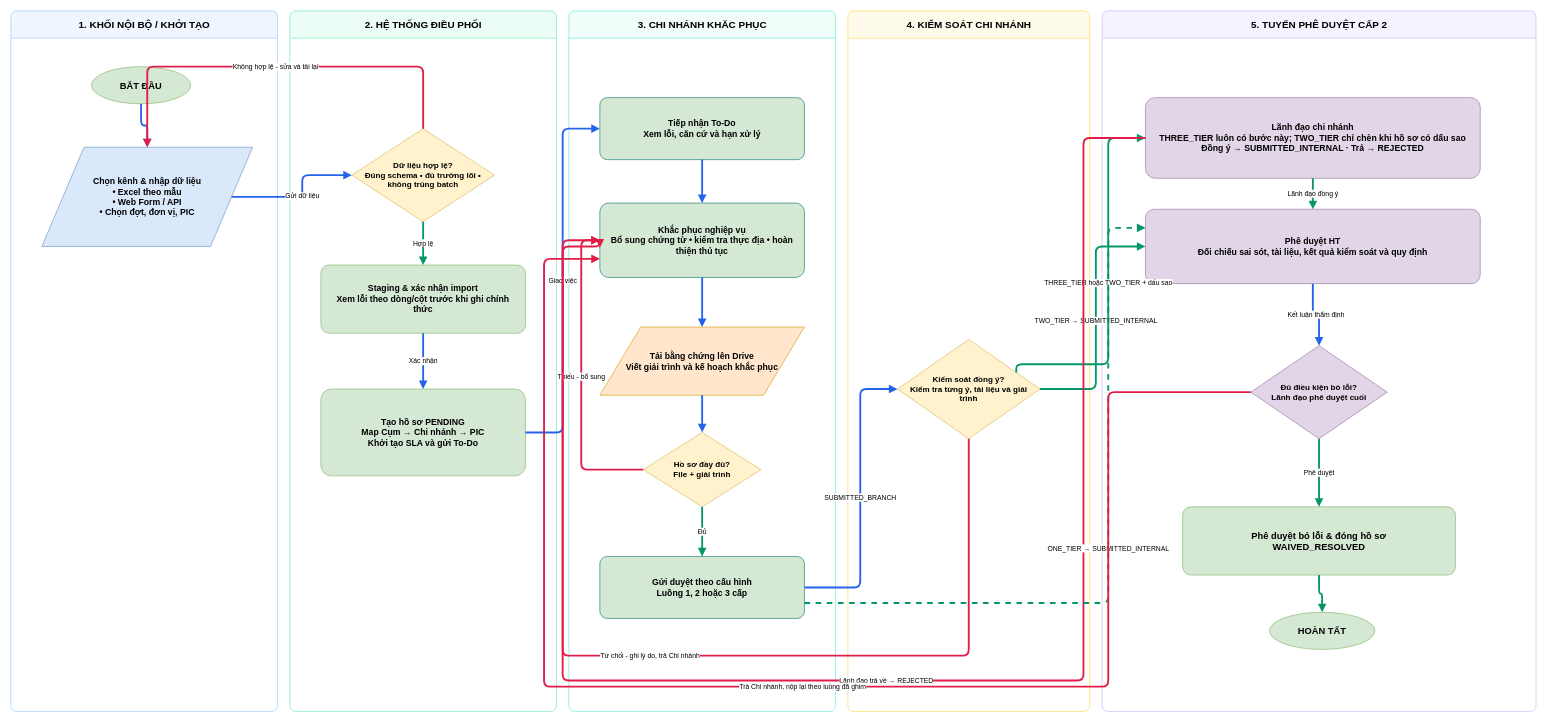
Above: page "01 - Luồng nghiệp vụ chính" (1 of 2) of LUU_DO_VAN_HANH_CHI_TIET.drawio in Kiemtra07/BGRC (draw.io), before the change. Source tidied: cells renumbered, new cells numbered last; positions are measured from the earlier drawing's top-left corner, leaving out a move shared by most shapes. Both pictures are drawn from the tidied source at 62%, with x=0, y=0 at pixel (11, 11).
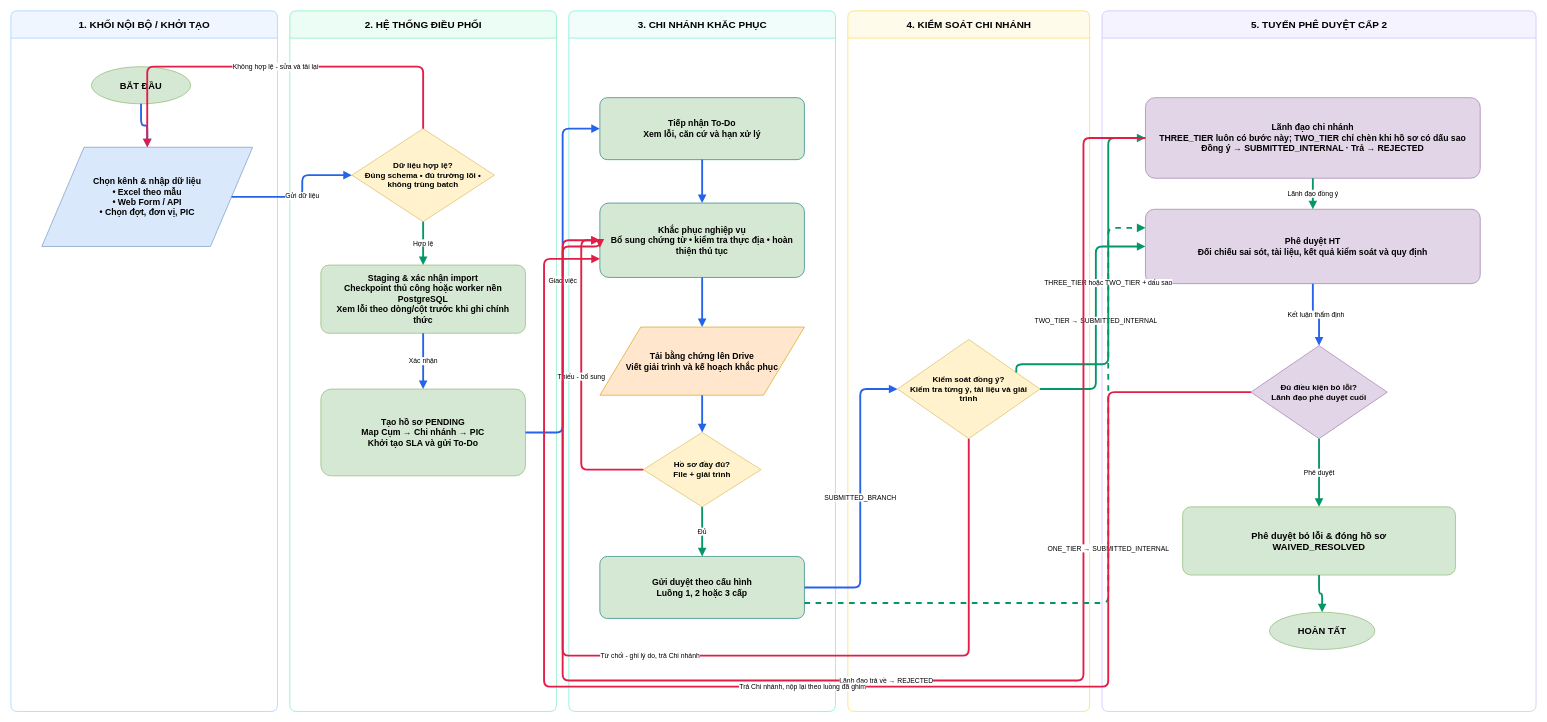
Above is the later version.

Diff of the diagram source:
```diff
@@
-    <mxCell id="10" value="Staging &amp; xác nhận import&#10;Xem lỗi theo dòng/cột trước khi ghi chính thức" style="rounded=1;arcSize=12;whiteSpace=wrap;html=1;fillColor=#d5e8d4;strokeColor=#82b366;fontSize=14;fontStyle=1;spacing=12;" parent="1" vertex="1">
+    <mxCell id="10" value="Staging &amp; xác nhận import&#10;Checkpoint thủ công hoặc worker nền PostgreSQL&#10;Xem lỗi theo dòng/cột trước khi ghi chính thức" style="rounded=1;arcSize=12;whiteSpace=wrap;html=1;fillColor=#d5e8d4;strokeColor=#82b366;fontSize=14;fontStyle=1;spacing=12;" parent="1" vertex="1">
       <mxGeometry x="500" y="410" width="330" height="110" as="geometry" />
     </mxCell>
```
